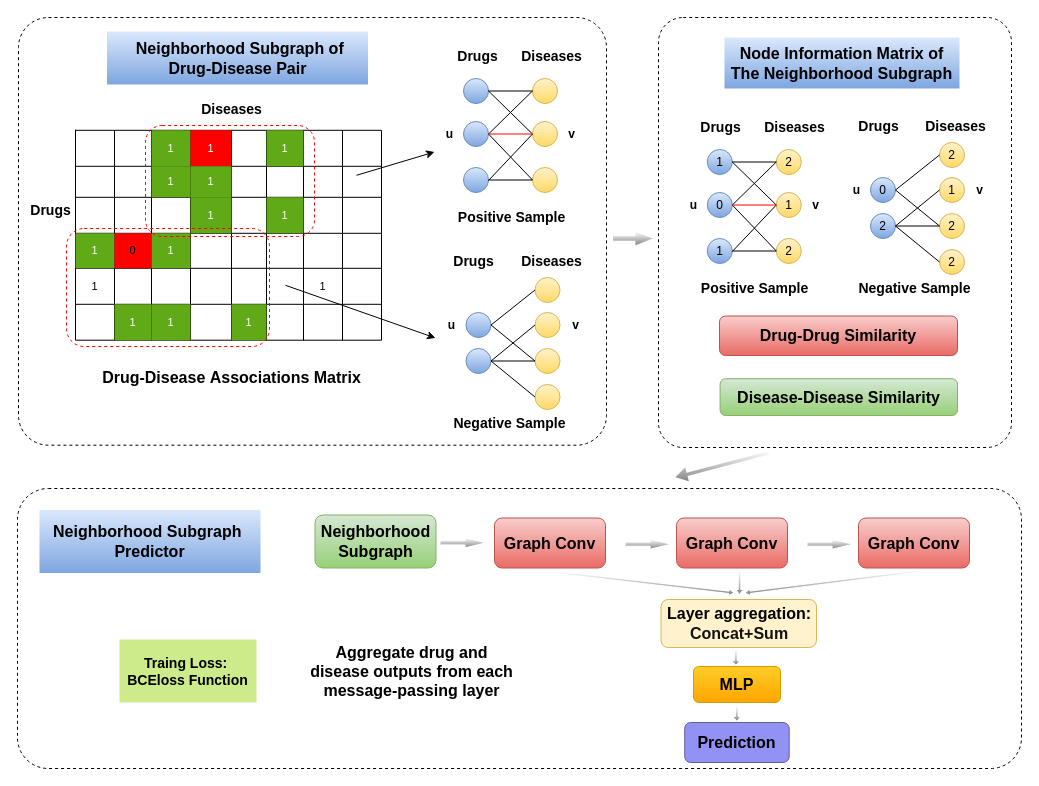
Before: page "第 3 页" (3 of 4) of 未命名绘图.drawio in nanfengk/hello-world, a draw.io diagram. Source tidied: cells renumbered, new cells numbered last; positions are measured from the earlier drawing's top-left corner, leaving out a move shared by most shapes. Both pictures are drawn from the tidied source at 100%, with x=0, y=0 at pixel (17, 17).
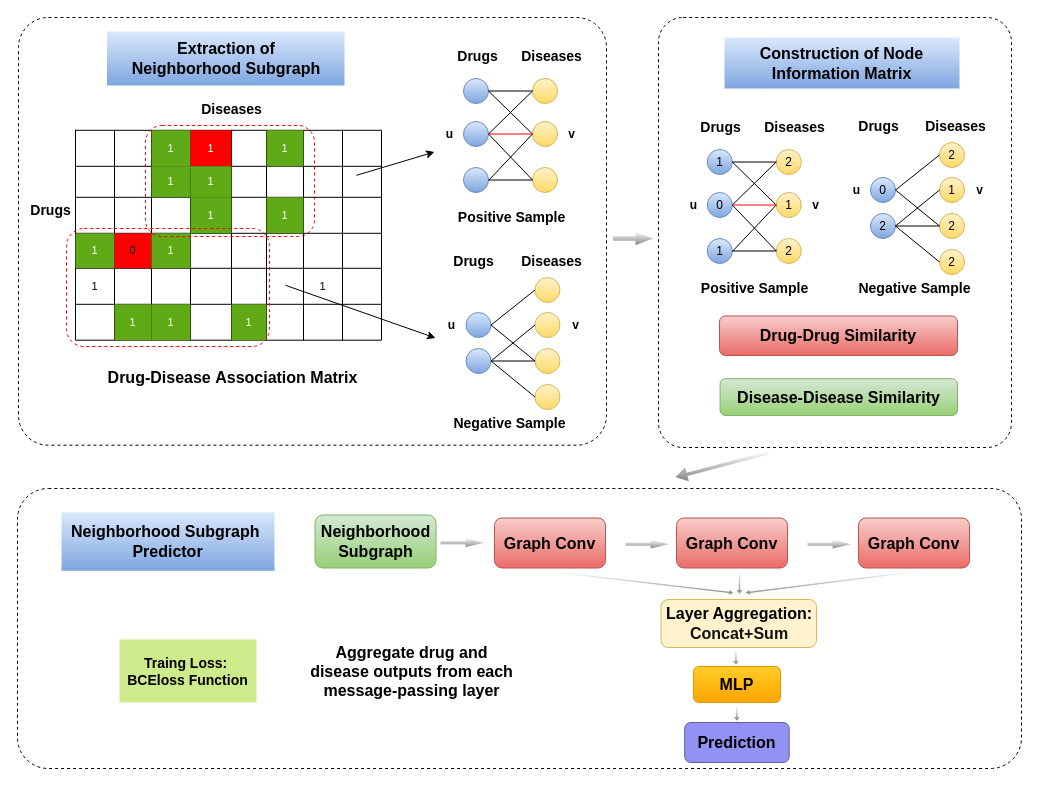
The same page after the edit.

What changed in the source:
```diff
@@
-    <mxCell id="61" value="&lt;span lang=&quot;EN-US&quot;&gt;&lt;font&gt;&lt;b&gt;&lt;font style=&quot;font-size: 16px&quot;&gt;Drug-Disease&amp;nbsp;Associations Matrix&lt;/font&gt;&lt;/b&gt;&lt;br&gt;&lt;/font&gt;&lt;/span&gt;" style="text;html=1;align=center;verticalAlign=middle;strokeColor=none;fillColor=none;fontSize=11;" parent="1" vertex="1">
-      <mxGeometry x="80" y="350.2" width="268" height="19" as="geometry" />
+    <mxCell id="61" value="&lt;span lang=&quot;EN-US&quot;&gt;&lt;font&gt;&lt;b&gt;&lt;font style=&quot;font-size: 16px&quot;&gt;Drug-Disease&amp;nbsp;Association Matrix&lt;/font&gt;&lt;/b&gt;&lt;br&gt;&lt;/font&gt;&lt;/span&gt;" style="text;html=1;align=center;verticalAlign=middle;strokeColor=none;fillColor=none;fontSize=11;" parent="1" vertex="1">
+      <mxGeometry x="81" y="344.2" width="267" height="31" as="geometry" />
     </mxCell>
@@
-    <mxCell id="135" value="&lt;span style=&quot;font-size: 16px;&quot;&gt;&lt;b&gt;Node Information Matrix of The Neighborhood Subgraph&lt;/b&gt;&lt;/span&gt;" style="rounded=0;whiteSpace=wrap;html=1;shadow=0;dashed=1;sketch=0;fontSize=9;strokeColor=none;strokeWidth=1;fillColor=#dae8fc;gradientColor=#7ea6e0;" parent="1" vertex="1">
+    <mxCell id="135" value="&lt;span style=&quot;&quot; lang=&quot;EN-US&quot;&gt;&lt;font style=&quot;font-size: 16px;&quot;&gt;&lt;b&gt;Construction of Node Information Matrix&lt;/b&gt;&lt;/font&gt;&lt;/span&gt;" style="rounded=0;whiteSpace=wrap;html=1;shadow=0;dashed=1;sketch=0;fontSize=9;strokeColor=none;strokeWidth=1;fillColor=#dae8fc;gradientColor=#7ea6e0;" parent="1" vertex="1">
       <mxGeometry x="707" y="20" width="235" height="51" as="geometry" />
     </mxCell>
-    <mxCell id="136" value="&lt;b style=&quot;color: rgb(255, 0, 0);&quot;&gt;&lt;font style=&quot;font-size: 16px;&quot;&gt;&lt;font color=&quot;#000000&quot;&gt;&amp;nbsp;&lt;/font&gt;&lt;span style=&quot;color: rgb(0, 0, 0);&quot;&gt;Neighborhood Subgraph of&lt;br&gt;Drug-Disease Pair&lt;/span&gt;&lt;/font&gt;&lt;/b&gt;" style="rounded=0;whiteSpace=wrap;html=1;shadow=0;dashed=1;sketch=0;fontSize=9;strokeColor=none;strokeWidth=1;fillColor=#dae8fc;gradientColor=#7ea6e0;" parent="1" vertex="1">
-      <mxGeometry x="89.5" y="14" width="261" height="53" as="geometry" />
+    <mxCell id="136" value="&lt;span style=&quot;&quot; lang=&quot;EN-US&quot;&gt;&lt;font style=&quot;font-size: 16px;&quot;&gt;&lt;b&gt;Extraction of &lt;br&gt;Neighborhood Subgraph&lt;/b&gt;&lt;/font&gt;&lt;/span&gt;" style="rounded=0;whiteSpace=wrap;html=1;shadow=0;dashed=1;sketch=0;fontSize=9;strokeColor=none;strokeWidth=1;fillColor=#dae8fc;gradientColor=#7ea6e0;" parent="1" vertex="1">
+      <mxGeometry x="89.5" y="14" width="237.5" height="54" as="geometry" />
     </mxCell>
@@
-    <mxCell id="146" value="&lt;b&gt;&lt;font&gt;&lt;span style=&quot;font-size: 16px&quot;&gt;Layer aggregation:&lt;br&gt;&lt;/span&gt;&lt;/font&gt;&lt;/b&gt;&lt;span style=&quot;color: rgb(18 , 18 , 18) ; font-family: , &amp;#34;blinkmacsystemfont&amp;#34; , &amp;#34;helvetica neue&amp;#34; , &amp;#34;pingfang sc&amp;#34; , &amp;#34;microsoft yahei&amp;#34; , &amp;#34;source han sans sc&amp;#34; , &amp;#34;noto sans cjk sc&amp;#34; , &amp;#34;wenquanyi micro hei&amp;#34; , sans-serif&quot;&gt;&lt;font size=&quot;3&quot;&gt;&lt;b&gt;Concat+Sum&lt;/b&gt;&lt;/font&gt;&lt;/span&gt;" style="rounded=1;whiteSpace=wrap;html=1;shadow=0;sketch=0;fontSize=9;strokeColor=#d6b656;strokeWidth=1;fillColor=#fff2cc;" parent="1" vertex="1">
+    <mxCell id="146" value="&lt;b&gt;&lt;font&gt;&lt;span style=&quot;font-size: 16px&quot;&gt;Layer Aggregation:&lt;br&gt;&lt;/span&gt;&lt;/font&gt;&lt;/b&gt;&lt;span style=&quot;color: rgb(18 , 18 , 18) ; font-family: , &amp;quot;blinkmacsystemfont&amp;quot; , &amp;quot;helvetica neue&amp;quot; , &amp;quot;pingfang sc&amp;quot; , &amp;quot;microsoft yahei&amp;quot; , &amp;quot;source han sans sc&amp;quot; , &amp;quot;noto sans cjk sc&amp;quot; , &amp;quot;wenquanyi micro hei&amp;quot; , sans-serif&quot;&gt;&lt;font size=&quot;3&quot;&gt;&lt;b&gt;Concat+Sum&lt;/b&gt;&lt;/font&gt;&lt;/span&gt;" style="rounded=1;whiteSpace=wrap;html=1;shadow=0;sketch=0;fontSize=9;strokeColor=#d6b656;strokeWidth=1;fillColor=#fff2cc;" parent="1" vertex="1">
       <mxGeometry x="643.5" y="582" width="155.5" height="48" as="geometry" />
     </mxCell>
@@
     <mxCell id="156" value="&lt;b style=&quot;font-size: 14px&quot;&gt;&lt;font style=&quot;font-size: 16px&quot;&gt;Neighborhood Subgraph&amp;nbsp; Predictor&lt;/font&gt;&lt;/b&gt;" style="rounded=0;whiteSpace=wrap;html=1;shadow=0;dashed=1;sketch=0;fontSize=9;strokeColor=none;strokeWidth=1;fillColor=#dae8fc;gradientColor=#7ea6e0;" parent="1" vertex="1">
-      <mxGeometry x="22" y="492.5" width="221" height="63" as="geometry" />
+      <mxGeometry x="44" y="494.8" width="213" height="58.5" as="geometry" />
     </mxCell>
```
